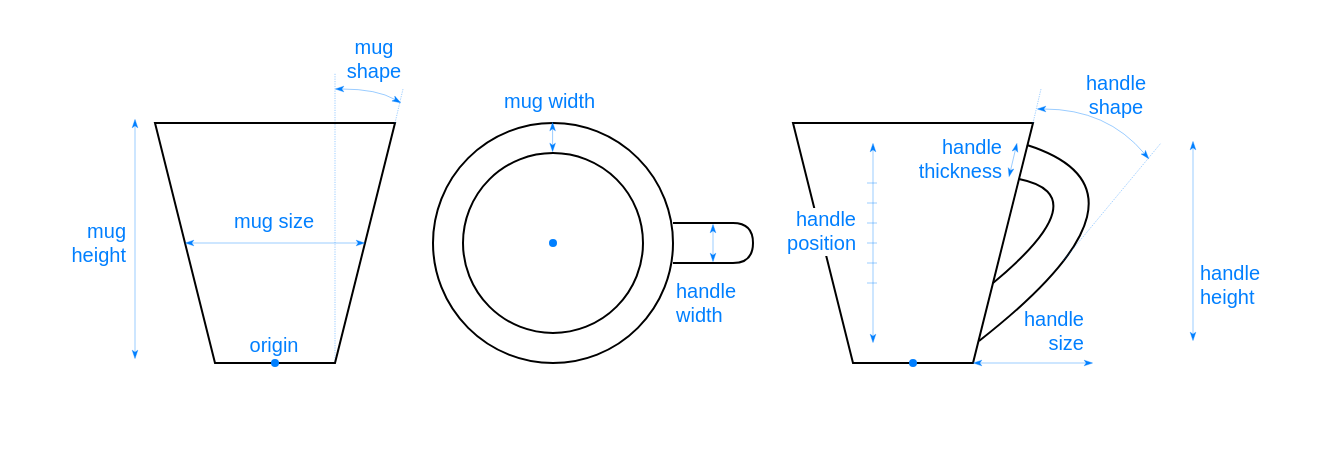
This is docs/images/mug.drawio from boytchev/3d-assets, a draw.io file, before an edit. Source tidied: cells renumbered, new cells numbered last; positions are measured from the earlier drawing's top-left corner, leaving out a move shared by most shapes. Both pictures are drawn from the tidied source at 200%, with x=0, y=0 at pixel (34, 42).
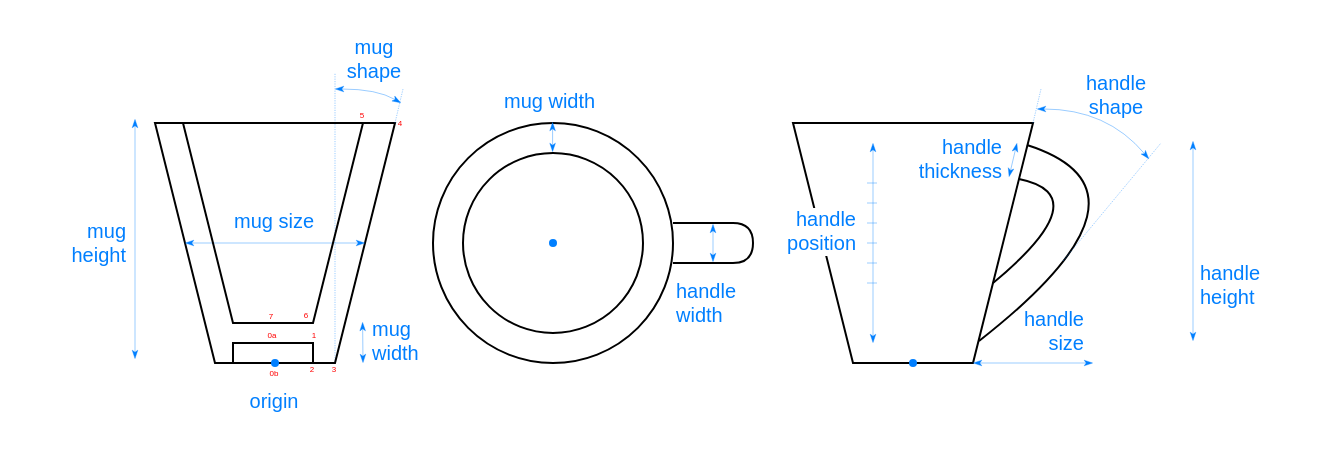
The same page after the edit.

What changed in the source:
```diff
@@
     <mxCell id="14" value="&lt;div style=&quot;&quot;&gt;&lt;span style=&quot;background-color: initial;&quot;&gt;origin&lt;/span&gt;&lt;/div&gt;" style="text;html=1;align=center;verticalAlign=middle;whiteSpace=wrap;rounded=0;fontSize=10;fontColor=#007FFF;spacingLeft=2;spacingTop=2;spacingBottom=2;spacingRight=2;" parent="1" vertex="1">
-      <mxGeometry x="90" y="142" width="60" height="18" as="geometry" />
+      <mxGeometry x="90" y="170" width="60" height="18" as="geometry" />
     </mxCell>
@@
+    <mxCell id="44" style="endArrow=none;html=1;rounded=0;" parent="1" edge="1">
+      <mxGeometry relative="1" as="geometry">
+        <mxPoint x="164" y="40" as="sourcePoint" />
+        <mxPoint x="74" y="40" as="targetPoint" />
+        <Array as="points">
+          <mxPoint x="139" y="140" />
+          <mxPoint x="99" y="140" />
+        </Array>
+      </mxGeometry>
+    </mxCell>
+    <mxCell id="45" style="endArrow=none;html=1;rounded=0;" parent="1" edge="1">
+      <mxGeometry relative="1" as="geometry">
+        <mxPoint x="139" y="160" as="sourcePoint" />
+        <mxPoint x="99" y="160" as="targetPoint" />
+        <Array as="points">
+          <mxPoint x="139" y="150" />
+          <mxPoint x="99" y="150" />
+        </Array>
+      </mxGeometry>
+    </mxCell>
+    <mxCell id="46" value="7" style="ellipse;rotation=0;fillColor=none;strokeColor=none;strokeWidth=0.1;fontSize=4;spacing=0;spacingBottom=0;fontColor=#FF0000;" parent="1" vertex="1">
+      <mxGeometry x="116" y="135" width="5" height="5" as="geometry" />
+    </mxCell>
+    <mxCell id="47" value="0b" style="ellipse;rotation=0;fillColor=none;strokeColor=none;strokeWidth=0.1;fontSize=4;spacing=0;spacingBottom=0;fontColor=#FF0000;" parent="1" vertex="1">
+      <mxGeometry x="117" y="163" width="6" height="6" as="geometry" />
+    </mxCell>
+    <mxCell id="48" value="0a" style="ellipse;rotation=0;fillColor=none;strokeColor=none;strokeWidth=0.1;fontSize=4;spacing=0;spacingBottom=0;fontColor=#FF0000;" parent="1" vertex="1">
+      <mxGeometry x="116" y="144" width="6" height="6" as="geometry" />
+    </mxCell>
+    <mxCell id="49" value="1" style="ellipse;rotation=0;fillColor=none;strokeColor=none;strokeWidth=0.1;fontSize=4;spacing=0;spacingBottom=0;fontColor=#FF0000;" parent="1" vertex="1">
+      <mxGeometry x="137" y="144" width="6" height="6" as="geometry" />
+    </mxCell>
+    <mxCell id="50" value="2" style="ellipse;rotation=0;fillColor=none;strokeColor=none;strokeWidth=0.1;fontSize=4;spacing=0;spacingBottom=0;fontColor=#FF0000;" parent="1" vertex="1">
+      <mxGeometry x="136" y="161" width="6" height="6" as="geometry" />
+    </mxCell>
+    <mxCell id="51" value="3" style="ellipse;rotation=0;fillColor=none;strokeColor=none;strokeWidth=0.1;fontSize=4;spacing=0;spacingBottom=0;fontColor=#FF0000;" parent="1" vertex="1">
+      <mxGeometry x="147" y="161" width="6" height="6" as="geometry" />
+    </mxCell>
+    <mxCell id="52" value="4" style="ellipse;rotation=0;fillColor=none;strokeColor=none;strokeWidth=0.1;fontSize=4;spacing=0;spacingBottom=0;fontColor=#FF0000;" parent="1" vertex="1">
+      <mxGeometry x="180" y="38" width="6" height="6" as="geometry" />
+    </mxCell>
+    <mxCell id="53" value="5" style="ellipse;rotation=0;fillColor=none;strokeColor=none;strokeWidth=0.1;fontSize=4;spacing=0;spacingBottom=0;fontColor=#FF0000;" parent="1" vertex="1">
+      <mxGeometry x="161" y="34" width="6" height="6" as="geometry" />
+    </mxCell>
+    <mxCell id="54" value="6" style="ellipse;rotation=0;fillColor=none;strokeColor=none;strokeWidth=0.1;fontSize=4;spacing=0;spacingBottom=0;fontColor=#FF0000;" parent="1" vertex="1">
+      <mxGeometry x="133" y="134" width="6" height="6" as="geometry" />
+    </mxCell>
+    <mxCell id="55" style="endArrow=classicThin;html=1;rounded=0;strokeWidth=0.2;strokeColor=#007FFF;endFill=1;endSize=4;startArrow=classicThin;startFill=1;startSize=4;" parent="1" edge="1">
+      <mxGeometry relative="1" as="geometry">
+        <mxPoint x="164" y="160" as="sourcePoint" />
+        <mxPoint x="163.8" y="139.5" as="targetPoint" />
+      </mxGeometry>
+    </mxCell>
+    <mxCell id="56" value="&lt;div style=&quot;&quot;&gt;mug width&lt;/div&gt;" style="text;html=1;align=left;verticalAlign=middle;whiteSpace=wrap;rounded=0;fontSize=10;fontColor=#007FFF;spacingLeft=2;spacingTop=2;spacingBottom=2;spacingRight=2;" parent="1" vertex="1">
+      <mxGeometry x="165" y="136" width="32" height="25.5" as="geometry" />
+    </mxCell>
```
